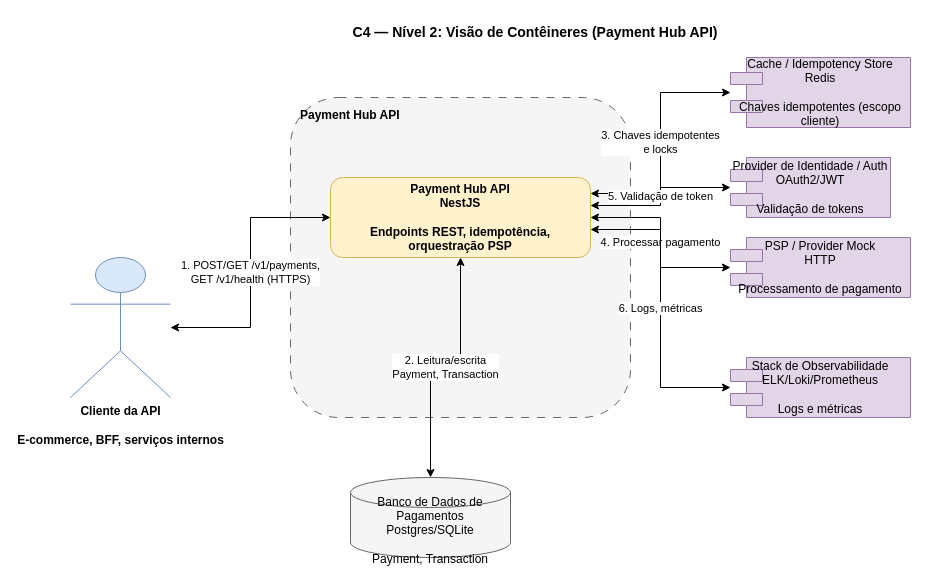
The draw.io diagram docs/c4/diagrams/container.drawio in rianmachado/payment-hub-api, before the edit. Source tidied: cells renumbered, new cells numbered last; positions are measured from the earlier drawing's top-left corner, leaving out a move shared by most shapes. Both pictures are drawn from the tidied source at 100%, with x=0, y=0 at pixel (70, 17).
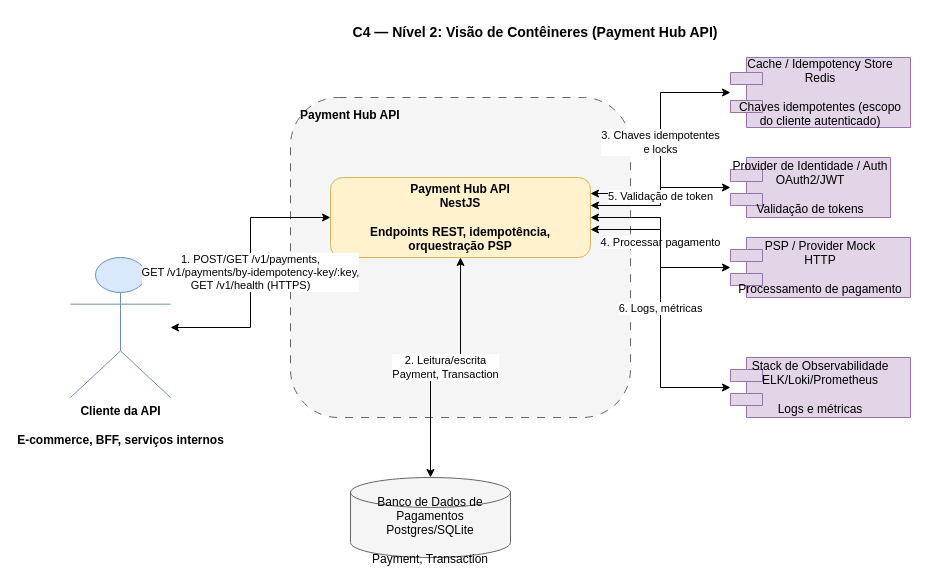
Above is the later version.

The edit, as a diff of the source:
```diff
@@
 <mxGraphModel>
   <root>
     <mxCell id="0" />
     <mxCell id="1" parent="0" />
     <mxCell id="2" value="Cliente da API&#10;&#10;E-commerce, BFF, serviços internos" style="shape=umlActor;verticalLabelPosition=bottom;verticalAlign=top;html=1;outlineConnect=0;fillColor=#dae8fc;strokeColor=#6c8ebf;fontStyle=1;" parent="1" vertex="1">
       <mxGeometry y="240" width="100" height="140" as="geometry" />
     </mxCell>
     <mxCell id="3" style="rounded=1;whiteSpace=wrap;html=1;fillColor=#f5f5f5;strokeColor=#666666;dashed=1;dashPattern=8 8;" parent="1" vertex="1">
       <mxGeometry x="220" y="80" width="340" height="320" as="geometry" />
     </mxCell>
     <mxCell id="4" value="Payment Hub API" style="text;html=1;strokeColor=none;fillColor=none;align=left;verticalAlign=top;whiteSpace=wrap;rounded=0;fontStyle=1;fontSize=12;spacingLeft=4;" parent="1" vertex="1">
       <mxGeometry x="224" y="84" width="200" height="20" as="geometry" />
     </mxCell>
     <mxCell id="5" value="Payment Hub API&#10;NestJS&#10;&#10;Endpoints REST, idempotência,&#10;orquestração PSP" style="rounded=1;whiteSpace=wrap;html=1;fillColor=#fff2cc;strokeColor=#d6b656;fontStyle=1;" parent="1" vertex="1">
       <mxGeometry x="260" y="160" width="260" height="80" as="geometry" />
     </mxCell>
     <mxCell id="6" value="Banco de Dados de Pagamentos&#10;Postgres/SQLite&#10;&#10;Payment, Transaction" style="shape=cylinder3;whiteSpace=wrap;html=1;boundedLbl=1;backgroundOutline=1;size=15;fillColor=#f5f5f5;strokeColor=#666666;" parent="1" vertex="1">
       <mxGeometry x="280" y="460" width="160" height="80" as="geometry" />
     </mxCell>
-    <mxCell id="7" value="Cache / Idempotency Store&#10;Redis&#10;&#10;Chaves idempotentes (escopo cliente)" style="shape=component;whiteSpace=wrap;html=1;fillColor=#e1d5e7;strokeColor=#9673a6;" parent="1" vertex="1">
+    <mxCell id="7" value="Cache / Idempotency Store&#10;Redis&#10;&#10;Chaves idempotentes (escopo do cliente autenticado)" style="shape=component;whiteSpace=wrap;html=1;fillColor=#e1d5e7;strokeColor=#9673a6;" parent="1" vertex="1">
       <mxGeometry x="660" y="40" width="180" height="70" as="geometry" />
     </mxCell>
     <mxCell id="8" value="PSP / Provider Mock&#10;HTTP&#10;&#10;Processamento de pagamento" style="shape=component;whiteSpace=wrap;html=1;fillColor=#e1d5e7;strokeColor=#9673a6;" parent="1" vertex="1">
       <mxGeometry x="660" y="220" width="180" height="60" as="geometry" />
     </mxCell>
     <mxCell id="9" value="Provider de Identidade / Auth&#10;OAuth2/JWT&#10;&#10;Validação de tokens" style="shape=component;whiteSpace=wrap;html=1;fillColor=#e1d5e7;strokeColor=#9673a6;" parent="1" vertex="1">
       <mxGeometry x="660" y="140" width="160" height="60" as="geometry" />
     </mxCell>
     <mxCell id="10" value="Stack de Observabilidade&#10;ELK/Loki/Prometheus&#10;&#10;Logs e métricas" style="shape=component;whiteSpace=wrap;html=1;fillColor=#e1d5e7;strokeColor=#9673a6;" parent="1" vertex="1">
       <mxGeometry x="660" y="340" width="180" height="60" as="geometry" />
     </mxCell>
-    <mxCell id="11" value="1. POST/GET /v1/payments,&#10;GET /v1/health (HTTPS)" style="edgeStyle=orthogonalEdgeStyle;html=1;rounded=0;exitX=1;exitY=0.5;exitDx=0;exitDy=0;entryX=0;entryY=0.5;entryDx=0;entryDy=0;endArrow=classic;startArrow=classic;" parent="1" edge="1" source="2" target="5">
+    <mxCell id="11" value="1. POST/GET /v1/payments,&#10;GET /v1/payments/by-idempotency-key/:key,&#10;GET /v1/health (HTTPS)" style="edgeStyle=orthogonalEdgeStyle;html=1;rounded=0;exitX=1;exitY=0.5;exitDx=0;exitDy=0;entryX=0;entryY=0.5;entryDx=0;entryDy=0;endArrow=classic;startArrow=classic;" parent="1" edge="1" source="2" target="5">
       <mxGeometry relative="1" as="geometry" />
     </mxCell>
     <mxCell id="12" value="2. Leitura/escrita&#10;Payment, Transaction" style="edgeStyle=orthogonalEdgeStyle;html=1;rounded=0;exitX=0.5;exitY=1;exitDx=0;exitDy=0;entryX=0.5;entryY=0;entryDx=0;entryDy=0;endArrow=classic;startArrow=classic;" parent="1" edge="1" source="5" target="6">
       <mxGeometry relative="1" as="geometry" />
     </mxCell>
     <mxCell id="13" value="3. Chaves idempotentes&#10;e locks" style="edgeStyle=orthogonalEdgeStyle;html=1;rounded=0;exitX=1;exitY=0.2;exitDx=0;exitDy=0;entryX=0;entryY=0.5;entryDx=0;entryDy=0;endArrow=classic;startArrow=classic;" parent="1" edge="1" source="5" target="7">
       <mxGeometry relative="1" as="geometry" />
     </mxCell>
     <mxCell id="14" value="4. Processar pagamento" style="edgeStyle=orthogonalEdgeStyle;html=1;rounded=0;exitX=1;exitY=0.5;exitDx=0;exitDy=0;entryX=0;entryY=0.5;entryDx=0;entryDy=0;endArrow=classic;startArrow=classic;" parent="1" edge="1" source="5" target="8">
       <mxGeometry relative="1" as="geometry" />
     </mxCell>
     <mxCell id="15" value="5. Validação de token" style="edgeStyle=orthogonalEdgeStyle;html=1;rounded=0;exitX=1;exitY=0.35;exitDx=0;exitDy=0;entryX=0;entryY=0.5;entryDx=0;entryDy=0;endArrow=classic;startArrow=classic;" parent="1" edge="1" source="5" target="9">
       <mxGeometry relative="1" as="geometry" />
     </mxCell>
     <mxCell id="16" value="6. Logs, métricas" style="edgeStyle=orthogonalEdgeStyle;html=1;rounded=0;exitX=1;exitY=0.65;exitDx=0;exitDy=0;entryX=0;entryY=0.5;entryDx=0;entryDy=0;endArrow=classic;startArrow=classic;" parent="1" edge="1" source="5" target="10">
       <mxGeometry relative="1" as="geometry" />
     </mxCell>
     <mxCell id="17" value="C4 — Nível 2: Visão de Contêineres (Payment Hub API)" style="text;html=1;strokeColor=none;fillColor=none;align=center;verticalAlign=middle;whiteSpace=wrap;rounded=0;fontStyle=1;fontSize=14;" parent="1" vertex="1">
       <mxGeometry x="240" width="450" height="30" as="geometry" />
     </mxCell>
   </root>
 </mxGraphModel>
```
